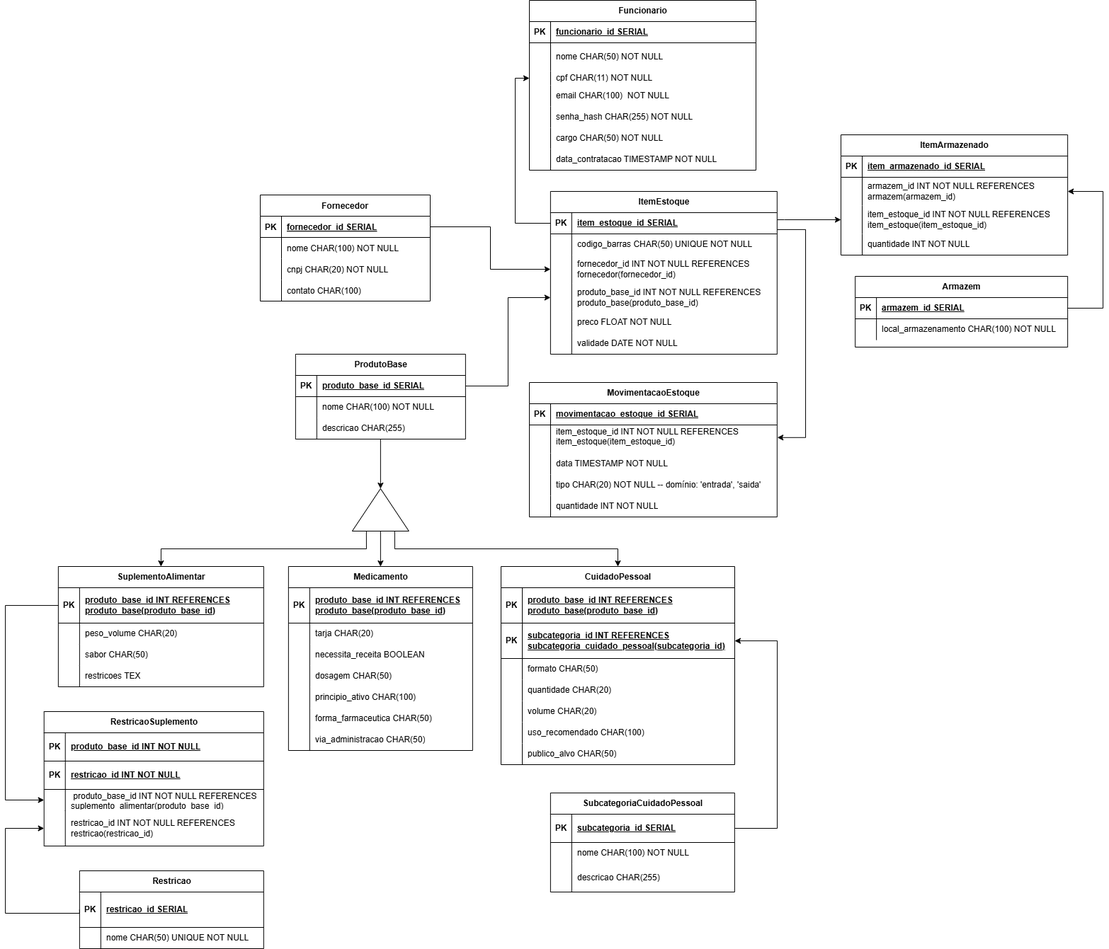
Above: docs/assets/remedio-db.png in remed-io/Docs (draw.io), before the change. Source tidied: cells renumbered, new cells last; positions are measured from the earlier drawing's top-left corner, leaving out a move shared by most shapes.
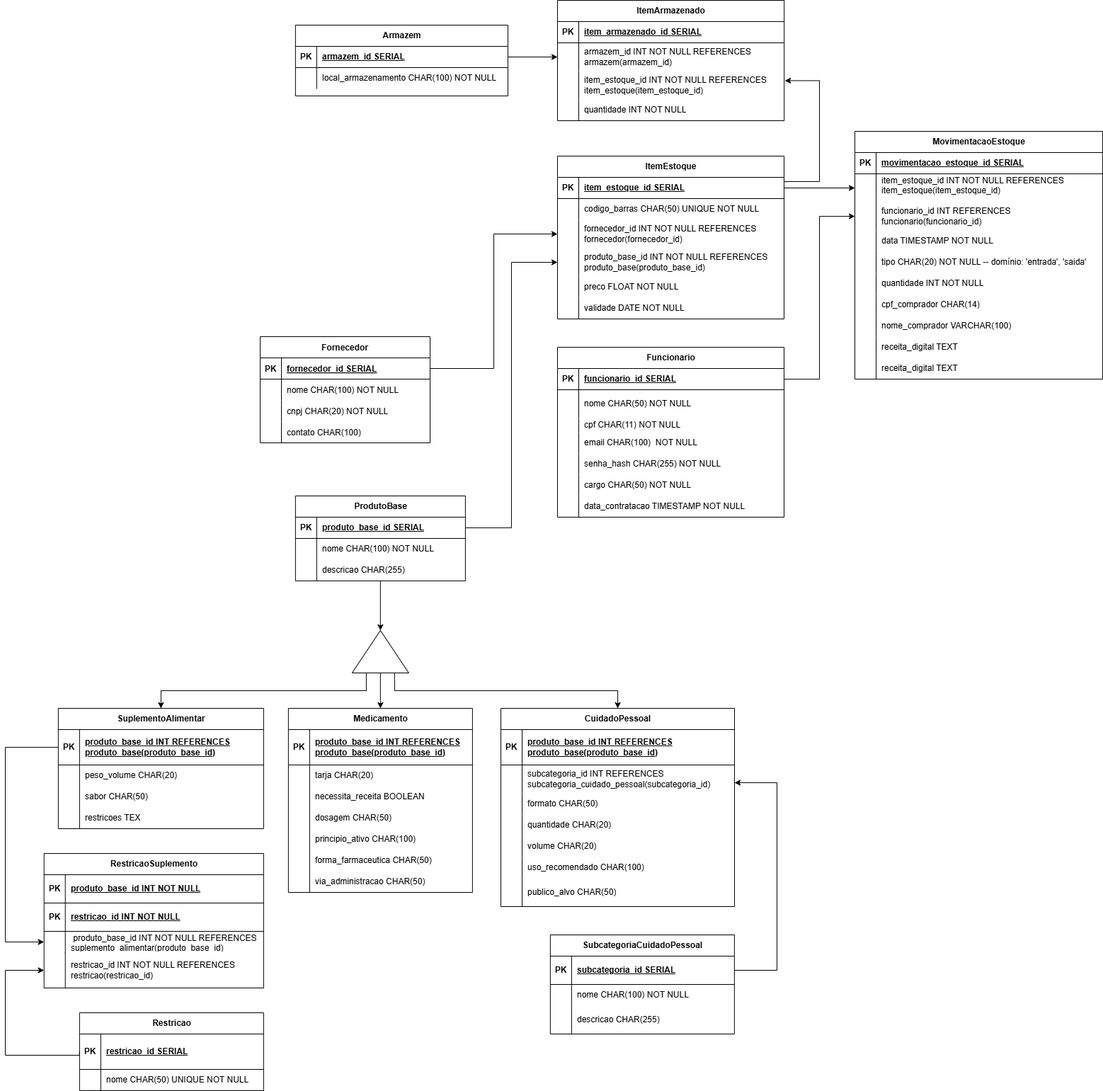
After the commit.

Change to the diagram source:
```diff
@@ -77,3 +77,3 @@
     <mxCell id="26" value="ItemEstoque" style="shape=table;startSize=30;rowLines=0;fontStyle=1;align=center;html=1;" parent="1" vertex="1">
-      <mxGeometry x="769.9" y="270" width="320" height="230" as="geometry" />
+      <mxGeometry x="780" y="20" width="320" height="230" as="geometry" />
     </mxCell>
@@ -133,15 +133,7 @@
     </mxCell>
-    <mxCell id="45" style="edgeStyle=orthogonalEdgeStyle;rounded=0;jettySize=auto;html=1;entryX=1;entryY=0.5;entryDx=0;entryDy=0;exitX=1;exitY=0.5;exitDx=0;exitDy=0;" parent="1" edge="1" source="47" target="57">
-      <mxGeometry relative="1" as="geometry">
-        <Array as="points">
-          <mxPoint x="1550" y="435" />
-          <mxPoint x="1550" y="270" />
-        </Array>
-      </mxGeometry>
-    </mxCell>
     <mxCell id="46" value="Armazem" style="shape=table;startSize=30;rowLines=0;fontStyle=1;align=center;html=1;" parent="1" vertex="1">
-      <mxGeometry x="1200.1" y="390" width="300" height="100" as="geometry" />
+      <mxGeometry x="409.9" y="-165" width="300.1" height="100" as="geometry" />
     </mxCell>
     <mxCell id="47" style="shape=tableRow;horizontal=0;startSize=0;swimlaneHead=0;swimlaneBody=0;fillColor=none;points=[[0,0.5],[1,0.5]];portConstraint=eastwest;top=0;left=0;right=0;bottom=1;" parent="46" vertex="1">
-      <mxGeometry y="30" width="300" height="30" as="geometry" />
+      <mxGeometry y="30" width="300.1" height="30" as="geometry" />
     </mxCell>
@@ -151,6 +143,6 @@
     <mxCell id="49" value="armazem_id SERIAL" style="shape=partialRectangle;fillColor=none;top=0;left=0;bottom=0;right=0;align=left;spacingLeft=6;fontStyle=5;overflow=hidden;whiteSpace=wrap;html=1;" parent="47" vertex="1">
-      <mxGeometry x="30" width="270" height="30" as="geometry" />
+      <mxGeometry x="30" width="270.1" height="30" as="geometry" />
     </mxCell>
     <mxCell id="50" style="shape=tableRow;horizontal=0;startSize=0;swimlaneHead=0;swimlaneBody=0;fillColor=none;top=0;left=0;right=0;bottom=0;" parent="46" vertex="1">
-      <mxGeometry y="60" width="300" height="30" as="geometry" />
+      <mxGeometry y="60" width="300.1" height="30" as="geometry" />
     </mxCell>
@@ -160,6 +152,6 @@
     <mxCell id="52" value="local_armazenamento CHAR(100) NOT NULL" style="shape=partialRectangle;fillColor=none;top=0;left=0;bottom=0;right=0;align=left;spacingLeft=6;overflow=hidden;whiteSpace=wrap;html=1;" parent="50" vertex="1">
-      <mxGeometry x="30" width="270" height="30" as="geometry" />
+      <mxGeometry x="30" width="270.1" height="30" as="geometry" />
     </mxCell>
     <mxCell id="53" value="ItemArmazenado" style="shape=table;startSize=30;rowLines=0;fontStyle=1;align=center;html=1;" parent="1" vertex="1">
-      <mxGeometry x="1180" y="190" width="320.1" height="170" as="geometry" />
+      <mxGeometry x="780" y="-200" width="320.1" height="170" as="geometry" />
     </mxCell>
@@ -202,3 +194,3 @@
     <mxCell id="66" value="&lt;span style=&quot;&quot;&gt;MovimentacaoEstoque&lt;/span&gt;" style="shape=table;startSize=30;rowLines=0;fontStyle=1;align=center;html=1;" parent="1" vertex="1">
-      <mxGeometry x="740" y="540" width="349.9" height="190" as="geometry" />
+      <mxGeometry x="1200" y="-15" width="349.9" height="350" as="geometry" />
     </mxCell>
@@ -222,4 +214,13 @@
     </mxCell>
+    <mxCell id="203" style="shape=tableRow;horizontal=0;startSize=0;swimlaneHead=0;swimlaneBody=0;fillColor=none;points=[[0,0.5],[1,0.5]];portConstraint=eastwest;top=0;left=0;right=0;bottom=0;" parent="66" vertex="1">
+      <mxGeometry y="100" width="349.9" height="40" as="geometry" />
+    </mxCell>
+    <mxCell id="204" style="shape=partialRectangle;fillColor=none;top=0;left=0;bottom=0;right=0;overflow=hidden;whiteSpace=wrap;html=1;" parent="203" vertex="1">
+      <mxGeometry width="30" height="40" as="geometry" />
+    </mxCell>
+    <mxCell id="205" value="&lt;div&gt;funcionario_id INT REFERENCES funcionario(funcionario_id)&lt;/div&gt;" style="shape=partialRectangle;fillColor=none;top=0;left=0;bottom=0;right=0;align=left;spacingLeft=6;overflow=hidden;whiteSpace=wrap;html=1;" parent="203" vertex="1">
+      <mxGeometry x="30" width="319.9" height="40" as="geometry" />
+    </mxCell>
     <mxCell id="73" style="shape=tableRow;horizontal=0;startSize=0;swimlaneHead=0;swimlaneBody=0;fillColor=none;top=0;left=0;right=0;bottom=0;" parent="66" vertex="1">
-      <mxGeometry y="100" width="349.9" height="30" as="geometry" />
+      <mxGeometry y="140" width="349.9" height="30" as="geometry" />
     </mxCell>
@@ -232,3 +233,3 @@
     <mxCell id="76" style="shape=tableRow;horizontal=0;startSize=0;swimlaneHead=0;swimlaneBody=0;fillColor=none;top=0;left=0;right=0;bottom=0;" parent="66" vertex="1">
-      <mxGeometry y="130" width="349.9" height="30" as="geometry" />
+      <mxGeometry y="170" width="349.9" height="30" as="geometry" />
     </mxCell>
@@ -241,3 +242,3 @@
     <mxCell id="79" style="shape=tableRow;horizontal=0;startSize=0;swimlaneHead=0;swimlaneBody=0;fillColor=none;top=0;left=0;right=0;bottom=0;" parent="66" vertex="1">
-      <mxGeometry y="160" width="349.9" height="30" as="geometry" />
+      <mxGeometry y="200" width="349.9" height="30" as="geometry" />
     </mxCell>
@@ -249,4 +250,40 @@
     </mxCell>
+    <mxCell id="206" style="shape=tableRow;horizontal=0;startSize=0;swimlaneHead=0;swimlaneBody=0;fillColor=none;top=0;left=0;right=0;bottom=0;" parent="66" vertex="1">
+      <mxGeometry y="230" width="349.9" height="30" as="geometry" />
+    </mxCell>
+    <mxCell id="207" style="shape=partialRectangle;fillColor=none;top=0;left=0;bottom=0;right=0;overflow=hidden;whiteSpace=wrap;html=1;" parent="206" vertex="1">
+      <mxGeometry width="30" height="30" as="geometry" />
+    </mxCell>
+    <mxCell id="208" value="cpf_comprador CHAR(14)&amp;nbsp;" style="shape=partialRectangle;fillColor=none;top=0;left=0;bottom=0;right=0;align=left;spacingLeft=6;overflow=hidden;whiteSpace=wrap;html=1;" parent="206" vertex="1">
+      <mxGeometry x="30" width="319.9" height="30" as="geometry" />
+    </mxCell>
+    <mxCell id="209" style="shape=tableRow;horizontal=0;startSize=0;swimlaneHead=0;swimlaneBody=0;fillColor=none;top=0;left=0;right=0;bottom=0;" parent="66" vertex="1">
+      <mxGeometry y="260" width="349.9" height="30" as="geometry" />
+    </mxCell>
+    <mxCell id="210" style="shape=partialRectangle;fillColor=none;top=0;left=0;bottom=0;right=0;overflow=hidden;whiteSpace=wrap;html=1;" parent="209" vertex="1">
+      <mxGeometry width="30" height="30" as="geometry" />
+    </mxCell>
+    <mxCell id="211" value="nome_comprador VARCHAR(100)&amp;nbsp;" style="shape=partialRectangle;fillColor=none;top=0;left=0;bottom=0;right=0;align=left;spacingLeft=6;overflow=hidden;whiteSpace=wrap;html=1;" parent="209" vertex="1">
+      <mxGeometry x="30" width="319.9" height="30" as="geometry" />
+    </mxCell>
+    <mxCell id="212" style="shape=tableRow;horizontal=0;startSize=0;swimlaneHead=0;swimlaneBody=0;fillColor=none;top=0;left=0;right=0;bottom=0;" parent="66" vertex="1">
+      <mxGeometry y="290" width="349.9" height="30" as="geometry" />
+    </mxCell>
+    <mxCell id="213" style="shape=partialRectangle;fillColor=none;top=0;left=0;bottom=0;right=0;overflow=hidden;whiteSpace=wrap;html=1;" parent="212" vertex="1">
+      <mxGeometry width="30" height="30" as="geometry" />
+    </mxCell>
+    <mxCell id="214" value="receita_digital TEXT" style="shape=partialRectangle;fillColor=none;top=0;left=0;bottom=0;right=0;align=left;spacingLeft=6;overflow=hidden;whiteSpace=wrap;html=1;" parent="212" vertex="1">
+      <mxGeometry x="30" width="319.9" height="30" as="geometry" />
+    </mxCell>
+    <mxCell id="215" style="shape=tableRow;horizontal=0;startSize=0;swimlaneHead=0;swimlaneBody=0;fillColor=none;top=0;left=0;right=0;bottom=0;" parent="66" vertex="1">
+      <mxGeometry y="320" width="349.9" height="30" as="geometry" />
+    </mxCell>
+    <mxCell id="216" style="shape=partialRectangle;fillColor=none;top=0;left=0;bottom=0;right=0;overflow=hidden;whiteSpace=wrap;html=1;" parent="215" vertex="1">
+      <mxGeometry width="30" height="30" as="geometry" />
+    </mxCell>
+    <mxCell id="217" value="receita_digital TEXT" style="shape=partialRectangle;fillColor=none;top=0;left=0;bottom=0;right=0;align=left;spacingLeft=6;overflow=hidden;whiteSpace=wrap;html=1;" parent="215" vertex="1">
+      <mxGeometry x="30" width="319.9" height="30" as="geometry" />
+    </mxCell>
     <mxCell id="82" value="Funcionario" style="shape=table;startSize=30;rowLines=0;fontStyle=1;align=center;html=1;" parent="1" vertex="1">
-      <mxGeometry x="740" width="320" height="240" as="geometry" />
+      <mxGeometry x="780" y="290" width="320" height="240" as="geometry" />
     </mxCell>
@@ -366,13 +403,13 @@
     </mxCell>
-    <mxCell id="121" style="shape=tableRow;horizontal=0;startSize=0;swimlaneHead=0;swimlaneBody=0;fillColor=none;points=[[0,0.5],[1,0.5]];portConstraint=eastwest;top=0;left=0;right=0;bottom=1;" parent="117" vertex="1">
-      <mxGeometry y="80" width="330" height="50" as="geometry" />
-    </mxCell>
-    <mxCell id="122" value="PK" style="shape=partialRectangle;fillColor=none;top=0;left=0;bottom=0;right=0;fontStyle=1;overflow=hidden;whiteSpace=wrap;html=1;" parent="121" vertex="1">
-      <mxGeometry width="30" height="50" as="geometry" />
-    </mxCell>
+    <mxCell id="218" style="shape=tableRow;horizontal=0;startSize=0;swimlaneHead=0;swimlaneBody=0;fillColor=none;top=0;left=0;right=0;bottom=0;" parent="117" vertex="1">
+      <mxGeometry y="80" width="330" height="40" as="geometry" />
+    </mxCell>
+    <mxCell id="219" style="shape=partialRectangle;fillColor=none;top=0;left=0;bottom=0;right=0;overflow=hidden;whiteSpace=wrap;html=1;" parent="218" vertex="1">
+      <mxGeometry width="30" height="40" as="geometry" />
+    </mxCell>
-    <mxCell id="123" value="subcategoria_id INT REFERENCES subcategoria_cuidado_pessoal(subcategoria_id)" style="shape=partialRectangle;fillColor=none;top=0;left=0;bottom=0;right=0;align=left;spacingLeft=6;fontStyle=5;overflow=hidden;whiteSpace=wrap;html=1;" parent="121" vertex="1">
-      <mxGeometry x="30" width="300" height="50" as="geometry" />
+    <mxCell id="123" value="subcategoria_id INT REFERENCES subcategoria_cuidado_pessoal(subcategoria_id)" style="shape=partialRectangle;fillColor=none;top=0;left=0;bottom=0;right=0;align=left;spacingLeft=6;overflow=hidden;whiteSpace=wrap;html=1;" parent="218" vertex="1">
+      <mxGeometry x="30" width="300" height="40" as="geometry" />
     </mxCell>
     <mxCell id="124" style="shape=tableRow;horizontal=0;startSize=0;swimlaneHead=0;swimlaneBody=0;fillColor=none;top=0;left=0;right=0;bottom=0;" parent="117" vertex="1">
-      <mxGeometry y="130" width="330" height="30" as="geometry" />
+      <mxGeometry y="120" width="330" height="30" as="geometry" />
     </mxCell>
@@ -385,3 +422,3 @@
     <mxCell id="127" style="shape=tableRow;horizontal=0;startSize=0;swimlaneHead=0;swimlaneBody=0;fillColor=none;top=0;left=0;right=0;bottom=0;" parent="117" vertex="1">
-      <mxGeometry y="160" width="330" height="30" as="geometry" />
+      <mxGeometry y="150" width="330" height="30" as="geometry" />
     </mxCell>
@@ -394,3 +431,3 @@
     <mxCell id="130" style="shape=tableRow;horizontal=0;startSize=0;swimlaneHead=0;swimlaneBody=0;fillColor=none;top=0;left=0;right=0;bottom=0;" parent="117" vertex="1">
-      <mxGeometry y="190" width="330" height="30" as="geometry" />
+      <mxGeometry y="180" width="330" height="30" as="geometry" />
     </mxCell>
@@ -403,3 +440,3 @@
     <mxCell id="133" style="shape=tableRow;horizontal=0;startSize=0;swimlaneHead=0;swimlaneBody=0;fillColor=none;top=0;left=0;right=0;bottom=0;" parent="117" vertex="1">
-      <mxGeometry y="220" width="330" height="30" as="geometry" />
+      <mxGeometry y="210" width="330" height="30" as="geometry" />
     </mxCell>
@@ -412,9 +449,9 @@
     <mxCell id="136" style="shape=tableRow;horizontal=0;startSize=0;swimlaneHead=0;swimlaneBody=0;fillColor=none;top=0;left=0;right=0;bottom=0;" parent="117" vertex="1">
-      <mxGeometry y="250" width="330" height="30" as="geometry" />
+      <mxGeometry y="240" width="330" height="40" as="geometry" />
     </mxCell>
     <mxCell id="137" style="shape=partialRectangle;fillColor=none;top=0;left=0;bottom=0;right=0;overflow=hidden;whiteSpace=wrap;html=1;" parent="136" vertex="1">
-      <mxGeometry width="30" height="30" as="geometry" />
+      <mxGeometry width="30" height="40" as="geometry" />
     </mxCell>
     <mxCell id="138" value="publico_alvo CHAR(50)" style="shape=partialRectangle;fillColor=none;top=0;left=0;bottom=0;right=0;align=left;spacingLeft=6;overflow=hidden;whiteSpace=wrap;html=1;" parent="136" vertex="1">
-      <mxGeometry x="30" width="300" height="30" as="geometry" />
+      <mxGeometry x="30" width="300" height="40" as="geometry" />
     </mxCell>
@@ -486,5 +523,2 @@
     </mxCell>
-    <mxCell id="161" style="edgeStyle=orthogonalEdgeStyle;rounded=0;jettySize=auto;html=1;exitX=0;exitY=0.5;exitDx=0;exitDy=0;entryX=0;entryY=0.5;entryDx=0;entryDy=0;" parent="1" edge="1" source="27" target="89">
-      <mxGeometry relative="1" as="geometry" />
-    </mxCell>
     <mxCell id="162" style="edgeStyle=orthogonalEdgeStyle;rounded=0;jettySize=auto;html=1;exitX=0;exitY=0.75;exitDx=0;exitDy=0;" parent="1" edge="1" source="165" target="117">
@@ -507,10 +541,2 @@
     </mxCell>
-    <mxCell id="168" style="edgeStyle=orthogonalEdgeStyle;rounded=0;jettySize=auto;html=1;exitX=1.001;exitY=0.332;exitDx=0;exitDy=0;exitPerimeter=0;entryX=0;entryY=0.5;entryDx=0;entryDy=0;" parent="1" edge="1" source="27" target="60">
-      <mxGeometry relative="1" as="geometry">
-        <Array as="points">
-          <mxPoint x="1100" y="310" />
-          <mxPoint x="1100" y="310" />
-        </Array>
-      </mxGeometry>
-    </mxCell>
     <mxCell id="169" value="Restricao" style="shape=table;startSize=30;rowLines=0;fontStyle=1;align=center;html=1;" parent="1" vertex="1">
@@ -591,10 +617,2 @@
     </mxCell>
-    <mxCell id="191" style="edgeStyle=orthogonalEdgeStyle;rounded=0;jettySize=auto;html=1;entryX=1.001;entryY=0.445;entryDx=0;entryDy=0;entryPerimeter=0;exitX=1.001;exitY=0.798;exitDx=0;exitDy=0;exitPerimeter=0;" parent="1" edge="1" source="27" target="70">
-      <mxGeometry relative="1" as="geometry">
-        <Array as="points">
-          <mxPoint x="1130" y="324" />
-          <mxPoint x="1130" y="618" />
-        </Array>
-      </mxGeometry>
-    </mxCell>
     <mxCell id="192" value="SubcategoriaCuidadoPessoal" style="shape=table;startSize=30;rowLines=0;fontStyle=1;align=center;html=1;" parent="1" vertex="1">
@@ -629,4 +647,5 @@
     </mxCell>
-    <mxCell id="202" style="edgeStyle=orthogonalEdgeStyle;rounded=0;jettySize=auto;html=1;" parent="1" edge="1" source="193" target="121">
+    <mxCell id="202" style="edgeStyle=orthogonalEdgeStyle;rounded=0;jettySize=auto;html=1;" parent="1" edge="1" source="193">
       <mxGeometry relative="1" as="geometry">
+        <mxPoint x="1030" y="905" as="targetPoint" />
         <Array as="points">
@@ -637,2 +656,20 @@
     </mxCell>
+    <mxCell id="168" style="edgeStyle=orthogonalEdgeStyle;rounded=0;jettySize=auto;html=1;exitX=1;exitY=0.302;exitDx=0;exitDy=0;entryX=1.003;entryY=0.335;entryDx=0;entryDy=0;exitPerimeter=0;entryPerimeter=0;" parent="1" edge="1" source="27" target="60">
+      <mxGeometry relative="1" as="geometry">
+        <Array as="points">
+          <mxPoint x="1100" y="56" />
+          <mxPoint x="1150" y="56" />
+          <mxPoint x="1150" y="-87" />
+        </Array>
+      </mxGeometry>
+    </mxCell>
+    <mxCell id="45" style="edgeStyle=orthogonalEdgeStyle;rounded=0;jettySize=auto;html=1;" parent="1" edge="1" source="47" target="57">
+      <mxGeometry relative="1" as="geometry" />
+    </mxCell>
+    <mxCell id="191" style="edgeStyle=orthogonalEdgeStyle;rounded=0;jettySize=auto;html=1;entryX=0;entryY=0.5;entryDx=0;entryDy=0;" parent="1" edge="1" source="27" target="70">
+      <mxGeometry relative="1" as="geometry" />
+    </mxCell>
+    <mxCell id="220" style="edgeStyle=orthogonalEdgeStyle;rounded=0;jettySize=auto;html=1;" parent="1" edge="1" source="83" target="203">
+      <mxGeometry relative="1" as="geometry" />
+    </mxCell>
   </root>
```
